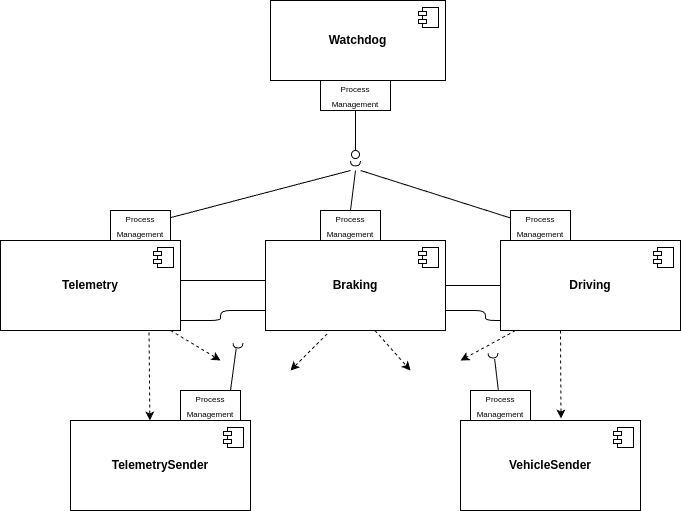
MarioPardo/QNX_VehicleControlSystem keeps this draw.io diagram as Documentation/Diagrams/QNX_ComponentUML.png. Above is the earlier version. Source tidied: cells renumbered, new cells last; positions are measured from the earlier drawing's top-left corner, leaving out a move shared by most shapes.
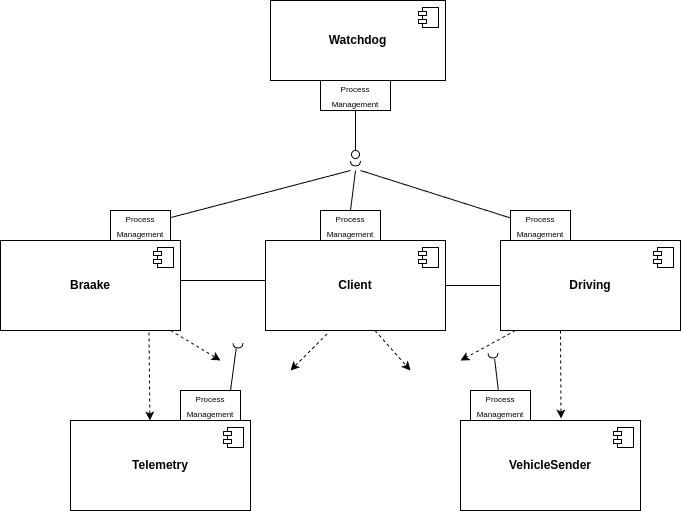
The same file after the commit.

Commit message:
updated component diagram, README

The edit, as a diff of the source:
```diff
@@ -2,16 +2,6 @@
   <root>
     <mxCell id="0" />
     <mxCell id="1" parent="0" />
-    <mxCell id="2" style="edgeStyle=orthogonalEdgeStyle;html=1;endArrow=none;endFill=0;" parent="1" edge="1">
-      <mxGeometry relative="1" as="geometry">
-        <mxPoint x="445" y="310" as="sourcePoint" />
-        <mxPoint x="535" y="320" as="targetPoint" />
-        <Array as="points">
-          <mxPoint x="485" y="310" />
-          <mxPoint x="485" y="320" />
-        </Array>
-      </mxGeometry>
-    </mxCell>
     <mxCell id="3" style="html=1;rounded=0;" parent="1" vertex="1">
       <mxGeometry x="180" y="390" width="60" height="30" as="geometry" />
     </mxCell>
@@ -32,7 +22,7 @@
         <mxPoint x="180" y="280" as="targetPoint" />
       </mxGeometry>
     </mxCell>
-    <mxCell id="8" value="&lt;b&gt;Braking&lt;/b&gt;" style="html=1;whiteSpace=wrap;" parent="1" vertex="1">
+    <mxCell id="8" value="&lt;b&gt;Client&lt;/b&gt;" style="html=1;whiteSpace=wrap;" parent="1" vertex="1">
       <mxGeometry x="265" y="240" width="180" height="90" as="geometry" />
     </mxCell>
     <mxCell id="9" style="shape=module;jettyWidth=8;jettyHeight=4;" parent="8" vertex="1">
@@ -56,7 +46,7 @@
         <mxPoint x="-27" y="7" as="offset" />
       </mxGeometry>
     </mxCell>
-    <mxCell id="14" value="&lt;div&gt;&lt;b&gt;TelemetrySender&lt;/b&gt;&lt;/div&gt;" style="html=1;whiteSpace=wrap;" parent="1" vertex="1">
+    <mxCell id="14" value="&lt;div&gt;&lt;b&gt;Telemetry&lt;/b&gt;&lt;/div&gt;" style="html=1;whiteSpace=wrap;" parent="1" vertex="1">
       <mxGeometry x="70" y="420" width="180" height="90" as="geometry" />
     </mxCell>
     <mxCell id="15" style="shape=module;jettyWidth=8;jettyHeight=4;" parent="14" vertex="1">
@@ -64,7 +54,7 @@
         <mxPoint x="-27" y="7" as="offset" />
       </mxGeometry>
     </mxCell>
-    <mxCell id="16" value="&lt;b&gt;Telemetry&lt;/b&gt;" style="html=1;whiteSpace=wrap;" parent="1" vertex="1">
+    <mxCell id="16" value="&lt;b&gt;Braake&lt;/b&gt;" style="html=1;whiteSpace=wrap;" parent="1" vertex="1">
       <mxGeometry y="240" width="180" height="90" as="geometry" />
     </mxCell>
     <mxCell id="17" style="shape=module;jettyWidth=8;jettyHeight=4;" parent="16" vertex="1">
@@ -192,14 +182,5 @@
     <mxCell id="47" style="shape=requiredInterface;html=1;fontSize=11;align=center;fillColor=none;points=[];verticalAlign=bottom;labelPosition=center;verticalLabelPosition=top;flipH=1;rotation=-90;" parent="1" vertex="1">
       <mxGeometry x="235" y="340" width="5" height="10" as="geometry" />
     </mxCell>
-    <mxCell id="48" style="edgeStyle=orthogonalEdgeStyle;html=1;entryX=1;entryY=0.5;entryDx=0;entryDy=0;endArrow=none;endFill=0;" parent="1" edge="1" source="8">
-      <mxGeometry relative="1" as="geometry">
-        <mxPoint x="180" y="320" as="targetPoint" />
-        <Array as="points">
-          <mxPoint x="220" y="310" />
-          <mxPoint x="220" y="320" />
-        </Array>
-      </mxGeometry>
-    </mxCell>
   </root>
 </mxGraphModel>
```
